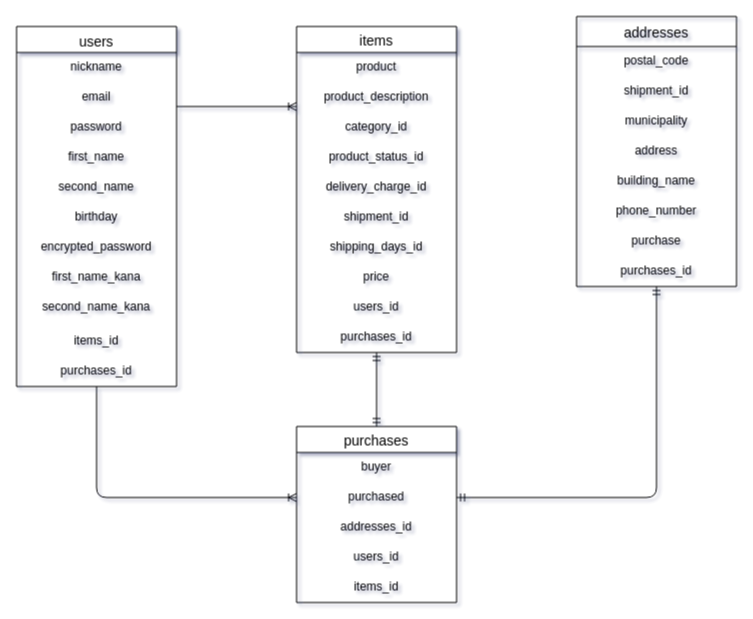
koma-sig/furima-35434 keeps this draw.io diagram as config/ER .dio. Above is the earlier version. Source tidied: cells renumbered, new cells numbered last; positions are measured from the earlier drawing's top-left corner, leaving out a move shared by most shapes. Both pictures are drawn from the tidied source at 100%, with x=0, y=0 at pixel (16, 16).
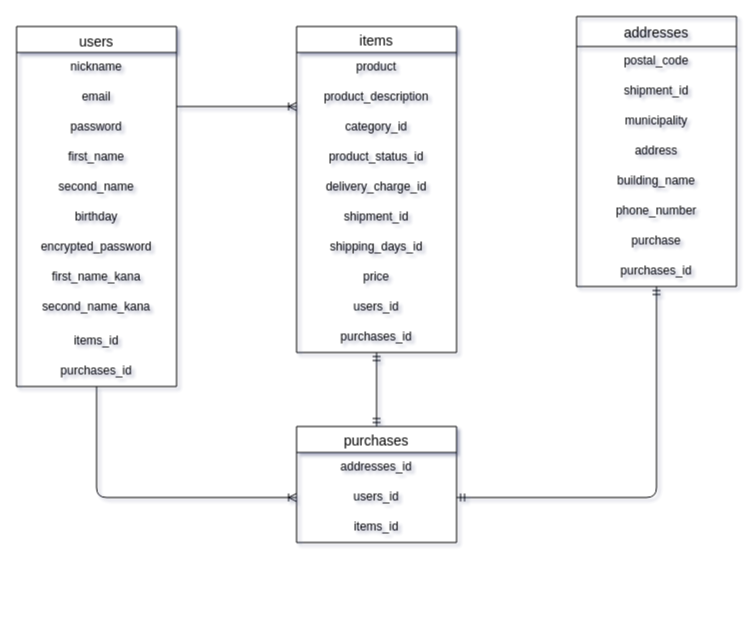
The same diagram, later.

Unchanged cells that the change refers to:
```xml
<mxCell id="13" value="purchases_id" style="text;strokeColor=none;fillColor=none;spacingLeft=4;spacingRight=4;overflow=hidden;points=[[0,0.5],[1,0.5]];portConstraint=eastwest;fontSize=12;align=center;" parent="2" vertex="1">
  <mxGeometry y="330" width="160" height="30" as="geometry" />
</mxCell>
<mxCell id="34" value="purchases_id" style="text;strokeColor=none;fillColor=none;spacingLeft=4;spacingRight=4;overflow=hidden;points=[[0,0.5],[1,0.5]];portConstraint=eastwest;fontSize=12;align=center;" parent="26" vertex="1">
  <mxGeometry y="240" width="160" height="30" as="geometry" />
</mxCell>
```

What changed in the source:
```diff
@@
     <mxCell id="35" value="purchases" style="swimlane;fontStyle=0;horizontal=1;startSize=26;align=center;fontSize=14;" parent="1" vertex="1">
-      <mxGeometry x="280" y="410" width="160" height="176" as="geometry" />
+      <mxGeometry x="280" y="410" width="160" height="116" as="geometry" />
     </mxCell>
-    <mxCell id="36" value="buyer" style="text;strokeColor=none;fillColor=none;spacingLeft=4;spacingRight=4;overflow=hidden;fontSize=12;align=center;" parent="35" vertex="1">
-      <mxGeometry y="26" width="160" height="30" as="geometry" />
-    </mxCell>
-    <mxCell id="37" value="purchased" style="text;strokeColor=none;fillColor=none;spacingLeft=4;spacingRight=4;overflow=hidden;points=[[0,0.5],[1,0.5]];portConstraint=eastwest;fontSize=12;align=center;" parent="35" vertex="1">
-      <mxGeometry y="56" width="160" height="30" as="geometry" />
-    </mxCell>
     <mxCell id="38" value="addresses_id" style="text;strokeColor=none;fillColor=none;spacingLeft=4;spacingRight=4;overflow=hidden;fontSize=12;align=center;" parent="35" vertex="1">
-      <mxGeometry y="86" width="160" height="30" as="geometry" />
+      <mxGeometry y="26" width="160" height="30" as="geometry" />
     </mxCell>
     <mxCell id="39" value="users_id" style="text;strokeColor=none;fillColor=none;spacingLeft=4;spacingRight=4;overflow=hidden;points=[[0,0.5],[1,0.5]];portConstraint=eastwest;fontSize=12;align=center;" parent="35" vertex="1">
-      <mxGeometry y="116" width="160" height="30" as="geometry" />
+      <mxGeometry y="56" width="160" height="30" as="geometry" />
     </mxCell>
     <mxCell id="40" value="items_id" style="text;strokeColor=none;fillColor=none;spacingLeft=4;spacingRight=4;overflow=hidden;fontSize=12;align=center;" parent="35" vertex="1">
-      <mxGeometry y="146" width="160" height="30" as="geometry" />
+      <mxGeometry y="86" width="160" height="30" as="geometry" />
     </mxCell>
-    <mxCell id="41" style="fontSize=12;html=1;endArrow=ERoneToMany;exitX=0.5;exitY=1;exitDx=0;exitDy=0;exitPerimeter=0;entryX=0;entryY=0.5;entryDx=0;entryDy=0;" parent="1" edge="1" source="13" target="37">
+    <mxCell id="41" style="fontSize=12;html=1;endArrow=ERoneToMany;exitX=0.5;exitY=1;exitDx=0;exitDy=0;exitPerimeter=0;entryX=0;entryY=0.5;entryDx=0;entryDy=0;" parent="1" edge="1" source="13" target="39">
       <mxGeometry relative="1" as="geometry">
         <Array as="points">
           <mxPoint x="80" y="481" />
         </Array>
       </mxGeometry>
     </mxCell>
@@
-    <mxCell id="43" style="fontSize=12;html=1;endArrow=ERmandOne;startArrow=ERmandOne;exitX=1;exitY=0.5;exitDx=0;exitDy=0;entryX=0.5;entryY=1;entryDx=0;entryDy=0;entryPerimeter=0;" parent="1" edge="1" source="37" target="34">
+    <mxCell id="43" style="fontSize=12;html=1;endArrow=ERmandOne;startArrow=ERmandOne;exitX=1;exitY=0.5;exitDx=0;exitDy=0;entryX=0.5;entryY=1;entryDx=0;entryDy=0;entryPerimeter=0;" parent="1" edge="1" source="39" target="34">
       <mxGeometry relative="1" as="geometry">
         <Array as="points">
           <mxPoint x="640" y="481" />
         </Array>
       </mxGeometry>
     </mxCell>
```
